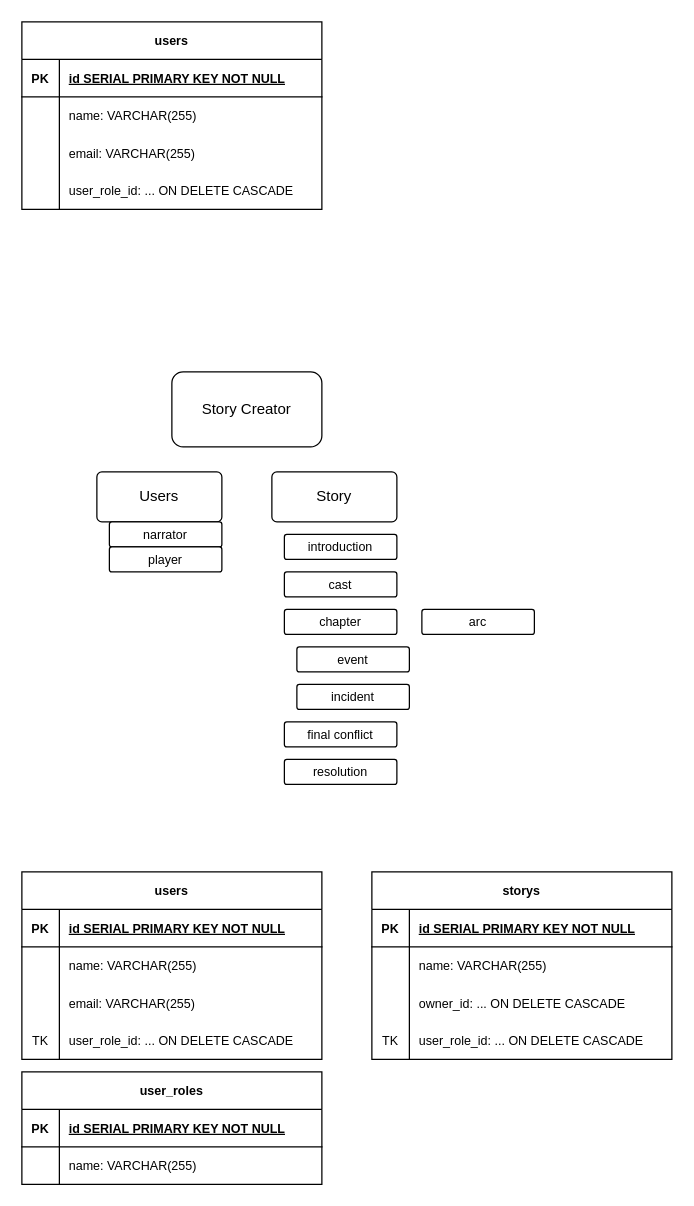
navycuda/story_creator keeps this draw.io diagram as db/erd/story_creator.drawio. Above is the earlier version. Source tidied: cells renumbered, new cells numbered last; positions are measured from the earlier drawing's top-left corner, leaving out a move shared by most shapes. Both pictures are drawn from the tidied source at 125%, with x=0, y=0 at pixel (21, 21).
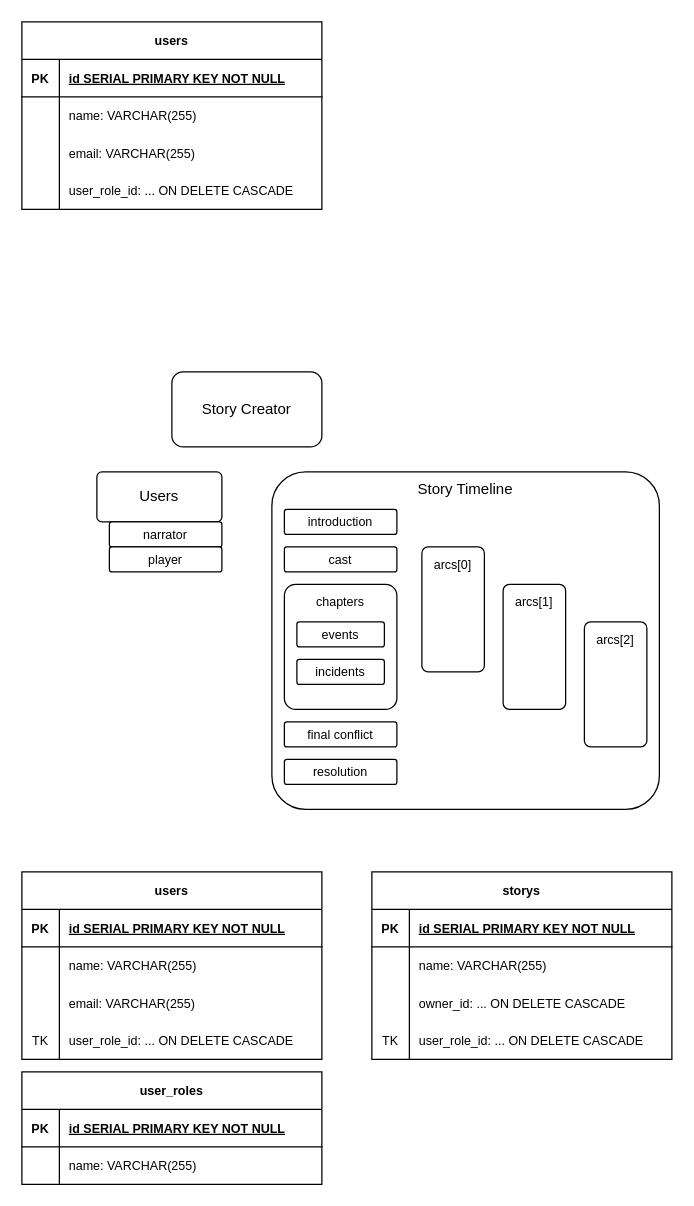
Above is the later version.

Commit message:
Expand story timeline

Change to the diagram source:
```diff
@@
-    <mxCell id="39" value="Story" style="rounded=1;arcSize=10;whiteSpace=wrap;html=1;align=center;" parent="1" vertex="1">
-      <mxGeometry x="200" y="360" width="100" height="40" as="geometry" />
+    <mxCell id="39" value="Story Timeline" style="rounded=1;arcSize=10;whiteSpace=wrap;html=1;align=center;verticalAlign=top;" parent="1" vertex="1">
+      <mxGeometry x="200" y="360" width="310" height="270" as="geometry" />
     </mxCell>
-    <mxCell id="40" value="&lt;font style=&quot;font-size: 10px;&quot;&gt;chapter&lt;/font&gt;" style="rounded=1;arcSize=10;whiteSpace=wrap;html=1;align=center;" parent="1" vertex="1">
-      <mxGeometry x="210" y="470" width="90" height="20" as="geometry" />
+    <mxCell id="40" value="&lt;font style=&quot;font-size: 10px;&quot;&gt;chapters&lt;/font&gt;" style="rounded=1;arcSize=10;whiteSpace=wrap;html=1;align=center;verticalAlign=top;" parent="1" vertex="1">
+      <mxGeometry x="210" y="450" width="90" height="100" as="geometry" />
     </mxCell>
@@
-    <mxCell id="54" value="&lt;font style=&quot;font-size: 10px;&quot;&gt;event&lt;/font&gt;" style="rounded=1;arcSize=10;whiteSpace=wrap;html=1;align=center;" parent="1" vertex="1">
-      <mxGeometry x="220" y="500" width="90" height="20" as="geometry" />
+    <mxCell id="54" value="&lt;font style=&quot;font-size: 10px;&quot;&gt;events&lt;/font&gt;" style="rounded=1;arcSize=10;whiteSpace=wrap;html=1;align=center;" parent="1" vertex="1">
+      <mxGeometry x="220" y="480" width="70" height="20" as="geometry" />
     </mxCell>
-    <mxCell id="55" value="&lt;font style=&quot;font-size: 10px;&quot;&gt;incident&lt;/font&gt;" style="rounded=1;arcSize=10;whiteSpace=wrap;html=1;align=center;" parent="1" vertex="1">
-      <mxGeometry x="220" y="530" width="90" height="20" as="geometry" />
+    <mxCell id="55" value="&lt;font style=&quot;font-size: 10px;&quot;&gt;incidents&lt;/font&gt;" style="rounded=1;arcSize=10;whiteSpace=wrap;html=1;align=center;" parent="1" vertex="1">
+      <mxGeometry x="220" y="510" width="70" height="20" as="geometry" />
     </mxCell>
-    <mxCell id="56" value="&lt;font style=&quot;font-size: 10px;&quot;&gt;arc&lt;/font&gt;" style="rounded=1;arcSize=10;whiteSpace=wrap;html=1;align=center;" parent="1" vertex="1">
-      <mxGeometry x="320" y="470" width="90" height="20" as="geometry" />
+    <mxCell id="56" value="&lt;font style=&quot;font-size: 10px;&quot;&gt;arcs[0]&lt;/font&gt;" style="rounded=1;arcSize=10;whiteSpace=wrap;html=1;align=center;verticalAlign=top;" parent="1" vertex="1">
+      <mxGeometry x="320" y="420" width="50" height="100" as="geometry" />
     </mxCell>
     <mxCell id="57" value="&lt;span style=&quot;font-size: 10px;&quot;&gt;introduction&lt;/span&gt;" style="rounded=1;arcSize=10;whiteSpace=wrap;html=1;align=center;" parent="1" vertex="1">
-      <mxGeometry x="210" y="410" width="90" height="20" as="geometry" />
+      <mxGeometry x="210" y="390" width="90" height="20" as="geometry" />
     </mxCell>
     <mxCell id="58" value="&lt;font style=&quot;font-size: 10px;&quot;&gt;cast&lt;/font&gt;" style="rounded=1;arcSize=10;whiteSpace=wrap;html=1;align=center;" parent="1" vertex="1">
-      <mxGeometry x="210" y="440" width="90" height="20" as="geometry" />
+      <mxGeometry x="210" y="420" width="90" height="20" as="geometry" />
     </mxCell>
@@
+    <mxCell id="61" value="&lt;font style=&quot;font-size: 10px;&quot;&gt;arcs[1]&lt;/font&gt;" style="rounded=1;arcSize=10;whiteSpace=wrap;html=1;align=center;verticalAlign=top;" parent="1" vertex="1">
+      <mxGeometry x="385" y="450" width="50" height="100" as="geometry" />
+    </mxCell>
+    <mxCell id="62" value="&lt;font style=&quot;font-size: 10px;&quot;&gt;arcs[2]&lt;/font&gt;" style="rounded=1;arcSize=10;whiteSpace=wrap;html=1;align=center;verticalAlign=top;" parent="1" vertex="1">
+      <mxGeometry x="450" y="480" width="50" height="100" as="geometry" />
+    </mxCell>
```
